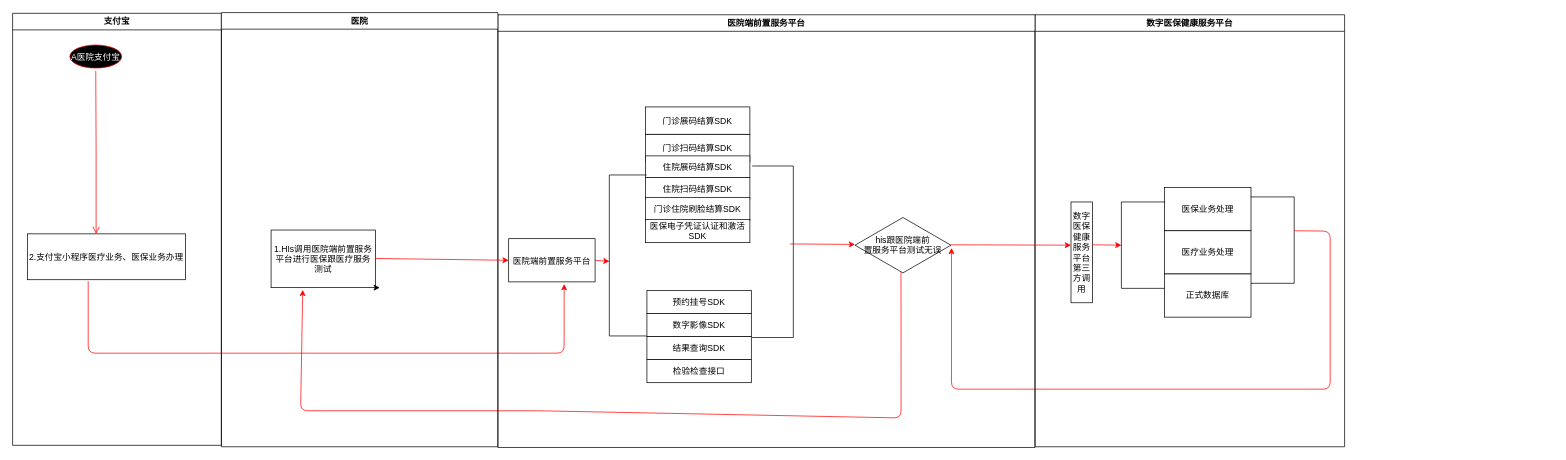
Earlier version of the draw.io diagram scis-master/Untitled Diagram.drawio (yangyutf/Springscxx). Source tidied: cells renumbered, new cells numbered last; positions are measured from the earlier drawing's top-left corner, leaving out a move shared by most shapes. Both pictures are drawn from the tidied source at 72%, with x=0, y=0 at pixel (12, 12).
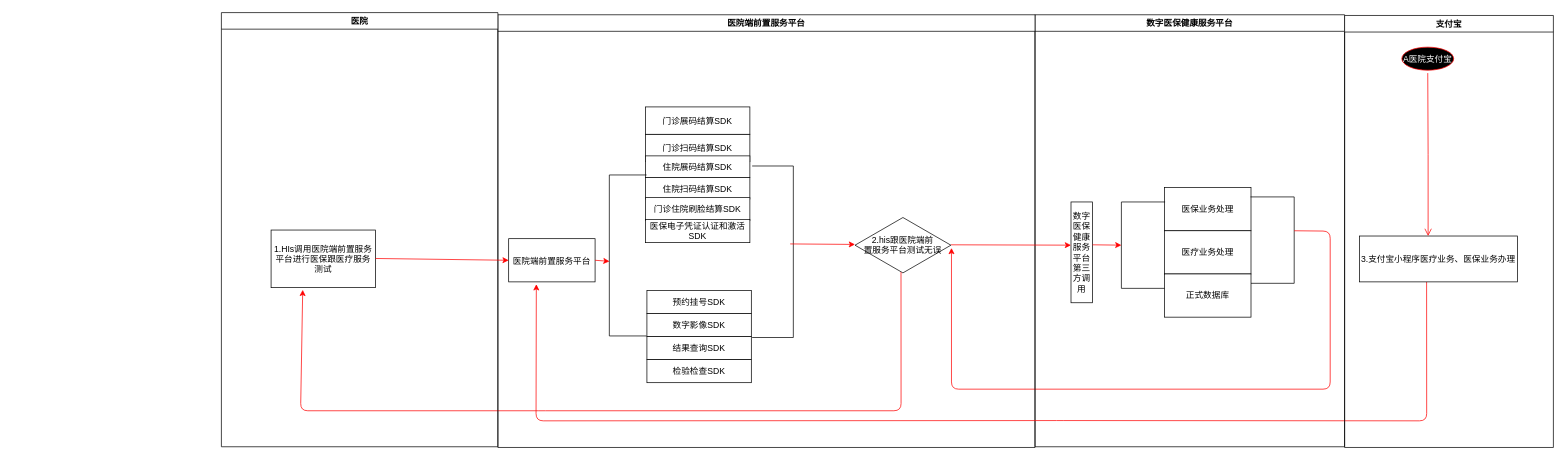
The same page after the edit.

The change refers to these unchanged cells:
```xml
<mxCell id="17" value="医院端前置服务平台" style="swimlane;whiteSpace=wrap;" parent="1" vertex="1">
  <mxGeometry x="674" y="3" width="746" height="601" as="geometry" />
</mxCell>
<mxCell id="23" value="医院端前置服务平台" parent="17" vertex="1">
  <mxGeometry x="15" y="311" width="120" height="60" as="geometry" />
</mxCell>
<mxCell id="37" value="1.HIs调用医院端前置服务&#10;平台进行医保跟医疗服务&#10;测试" parent="36" vertex="1">
  <mxGeometry x="69" y="302" width="145" height="80" as="geometry" />
</mxCell>
```

What changed in the source:
```diff
@@
-    <mxCell id="2" value="支付宝" style="swimlane;whiteSpace=wrap;startSize=23;" parent="1" vertex="1">
-      <mxGeometry y="1" width="290" height="600" as="geometry" />
-    </mxCell>
-    <mxCell id="3" value="A医院支付宝" style="ellipse;shape=startState;fillColor=#000000;strokeColor=#ff0000;fontColor=#FFFFFF;" parent="2" vertex="1">
-      <mxGeometry x="75.5" y="40" width="80" height="40" as="geometry" />
-    </mxCell>
-    <mxCell id="4" value="2.支付宝小程序医疗业务、医保业务办理" parent="2" vertex="1">
-      <mxGeometry x="20.5" y="306.3" width="219.5" height="63.7" as="geometry" />
-    </mxCell>
-    <mxCell id="5" style="edgeStyle=elbowEdgeStyle;elbow=horizontal;verticalAlign=bottom;endArrow=open;endSize=8;strokeColor=#FF0000;endFill=1;rounded=0;" parent="2" edge="1" source="3" target="4">
-      <mxGeometry x="100" y="40" as="geometry" />
-    </mxCell>
-    <mxCell id="6" style="endArrow=classic;html=1;strokeColor=#FF0000;fontColor=#FFFFFF;entryX=0.642;entryY=1.05;entryDx=0;entryDy=0;entryPerimeter=0;" parent="2" edge="1" target="23">
-      <mxGeometry relative="1" as="geometry">
-        <mxPoint x="105" y="372" as="sourcePoint" />
-        <Array as="points">
-          <mxPoint x="105" y="472" />
-          <mxPoint x="766" y="472" />
-        </Array>
-      </mxGeometry>
-    </mxCell>
@@
-    <mxCell id="28" value="检验检查接口" parent="17" vertex="1">
+    <mxCell id="28" value="检验检查SDK" parent="17" vertex="1">
       <mxGeometry x="207" y="479" width="145" height="32" as="geometry" />
     </mxCell>
@@
-    <mxCell id="31" value="his跟医院端前&lt;br&gt;置服务平台测试无误" style="html=1;whiteSpace=wrap;shape=isoRectangle;" parent="17" vertex="1">
+    <mxCell id="31" value="2.his跟医院端前&lt;br&gt;置服务平台测试无误" style="html=1;whiteSpace=wrap;shape=isoRectangle;" parent="17" vertex="1">
       <mxGeometry x="496" y="280.1" width="133.2" height="79.9" as="geometry" />
     </mxCell>
@@
     <mxCell id="33" style="endArrow=classic;html=1;strokeColor=#FF0000;fontColor=#FFFFFF;entryX=0.303;entryY=1.038;entryDx=0;entryDy=0;entryPerimeter=0;" parent="17" edge="1" target="37">
       <mxGeometry relative="1" as="geometry">
         <mxPoint x="559.9" y="357.4" as="sourcePoint" />
         <Array as="points">
-          <mxPoint x="560" y="560" />
+          <mxPoint x="560" y="550" />
           <mxPoint x="56" y="550" />
           <mxPoint x="-274" y="550" />
         </Array>
       </mxGeometry>
     </mxCell>
@@
+    <mxCell id="40" style="endArrow=classic;html=1;strokeColor=#FF0000;fontColor=#FFFFFF;entryX=0.32;entryY=1.055;entryDx=0;entryDy=0;entryPerimeter=0;" parent="17" edge="1" target="23">
+      <mxGeometry relative="1" as="geometry">
+        <mxPoint x="1289.9" y="371" as="sourcePoint" />
+        <Array as="points">
+          <mxPoint x="1290" y="564" />
+          <mxPoint x="786" y="563.6" />
+          <mxPoint x="53" y="564" />
+        </Array>
+      </mxGeometry>
+    </mxCell>
@@
-    <mxCell id="39" style="edgeStyle=orthogonalEdgeStyle;rounded=0;jettySize=auto;html=1;exitX=1;exitY=1;exitDx=0;exitDy=0;" parent="1" edge="1" source="37">
-      <mxGeometry relative="1" as="geometry">
-        <mxPoint x="510" y="382" as="targetPoint" />
-      </mxGeometry>
-    </mxCell>
+    <mxCell id="2" value="支付宝" style="swimlane;whiteSpace=wrap;startSize=23;" parent="1" vertex="1">
+      <mxGeometry x="1850" y="4" width="290" height="600" as="geometry" />
+    </mxCell>
+    <mxCell id="3" value="A医院支付宝" style="ellipse;shape=startState;fillColor=#000000;strokeColor=#ff0000;fontColor=#FFFFFF;" parent="2" vertex="1">
+      <mxGeometry x="75.5" y="40" width="80" height="40" as="geometry" />
+    </mxCell>
+    <mxCell id="41" value="3.支付宝小程序医疗业务、医保业务办理" parent="2" vertex="1">
+      <mxGeometry x="20.5" y="306.3" width="219.5" height="63.7" as="geometry" />
+    </mxCell>
+    <mxCell id="42" style="edgeStyle=elbowEdgeStyle;elbow=horizontal;verticalAlign=bottom;endArrow=open;endSize=8;strokeColor=#FF0000;endFill=1;rounded=0;" parent="2" edge="1" source="3" target="41">
+      <mxGeometry x="100" y="40" as="geometry" />
+    </mxCell>
```
